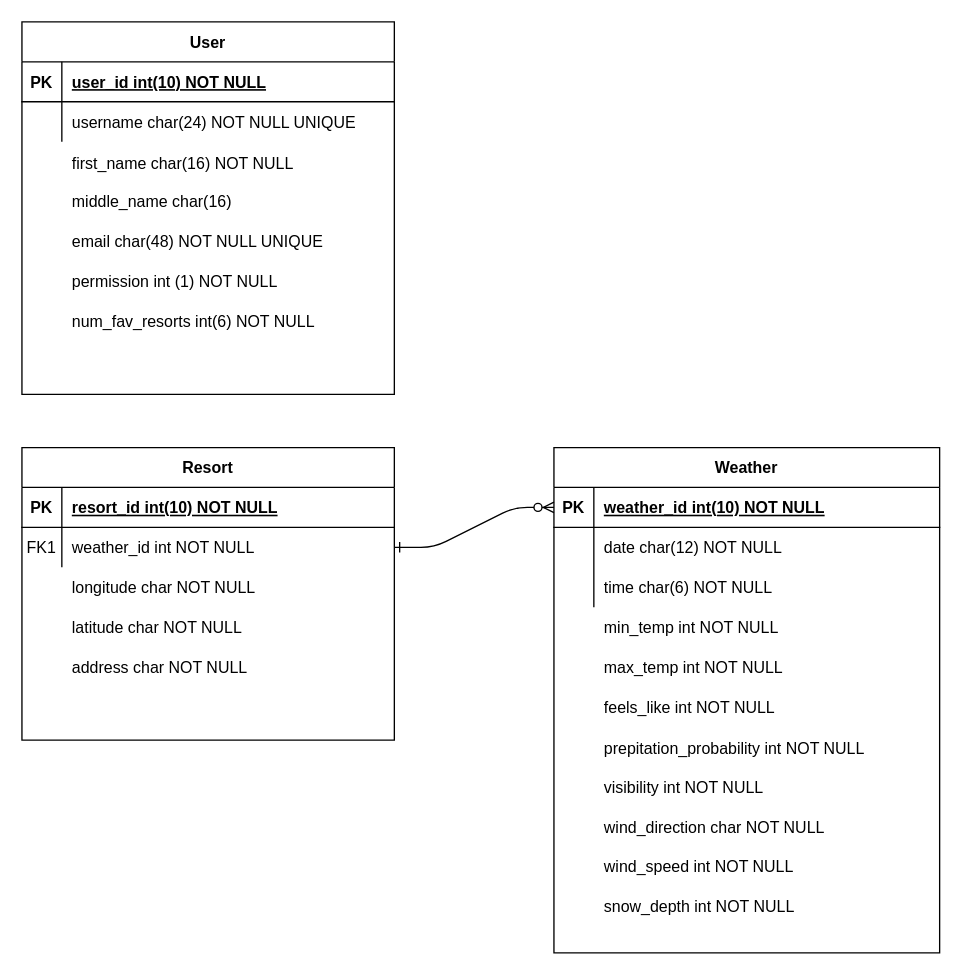
DARAEDom/l6s2_industrial_project keeps this draw.io diagram as SQL_ERD.drawio. Above is the earlier version. Source tidied: cells renumbered, new cells numbered last; positions are measured from the earlier drawing's top-left corner, leaving out a move shared by most shapes. Both pictures are drawn from the tidied source at 133%, with x=0, y=0 at pixel (21, 21).
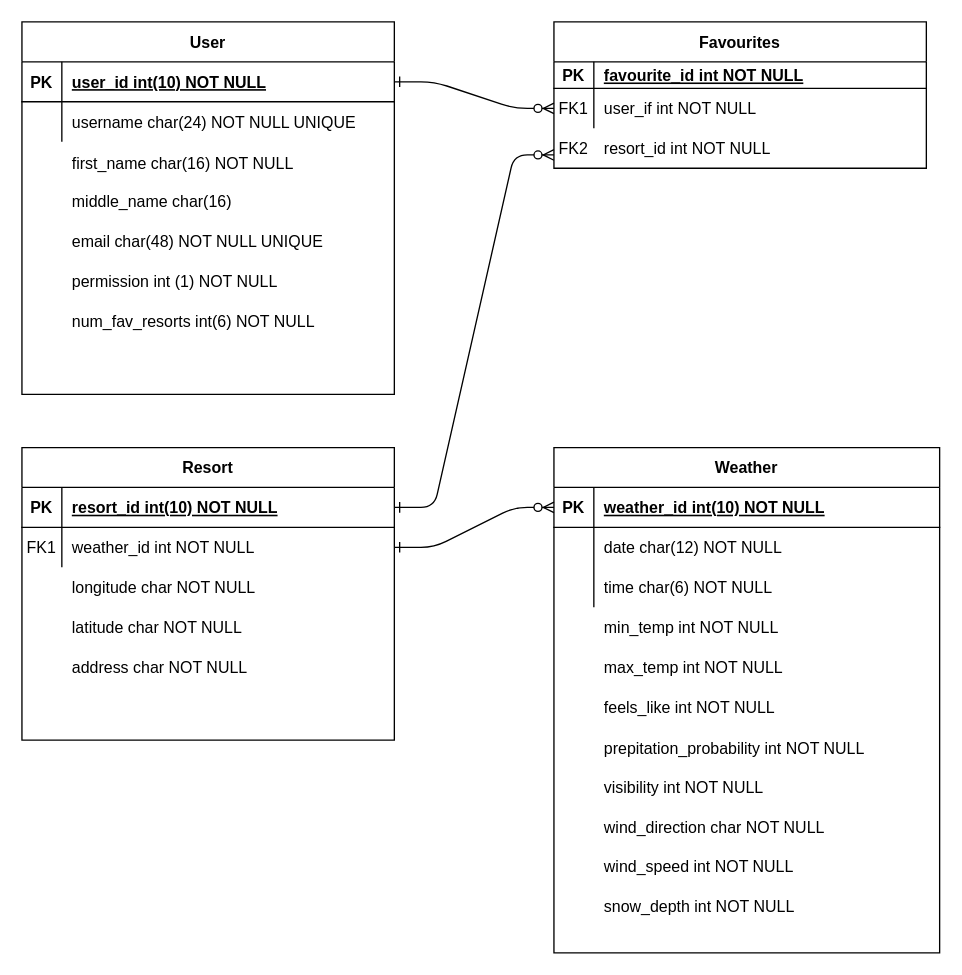
The same page after the edit.

The change refers to these unchanged cells:
```xml
<mxCell id="13" style="shape=partialRectangle;fillColor=none;points=[[0,0.5],[1,0.5]];portConstraint=eastwest;top=0;left=0;right=0;bottom=1;" parent="12" vertex="1">
  <mxGeometry y="30" width="280" height="30" as="geometry" />
</mxCell>
<mxCell id="20" style="shape=partialRectangle;fillColor=none;points=[[0,0.5],[1,0.5]];portConstraint=eastwest;top=0;left=0;right=0;bottom=1;" parent="19" vertex="1">
  <mxGeometry y="30" width="280" height="30" as="geometry" />
</mxCell>
```

The edit, as a diff of the source:
```diff
@@
+    <mxCell id="50" value="Favourites" style="shape=table;startSize=30;childLayout=tableLayout;rowLines=0;fontStyle=1;align=center;" parent="1" vertex="1">
+      <mxGeometry x="400" width="280" height="110" as="geometry" />
+    </mxCell>
+    <mxCell id="51" style="shape=partialRectangle;fillColor=none;top=0;left=0;right=0;bottom=1;" parent="50" vertex="1">
+      <mxGeometry y="30" width="280" height="20" as="geometry" />
+    </mxCell>
+    <mxCell id="52" value="PK" style="shape=partialRectangle;overflow=hidden;fillColor=none;top=0;left=0;bottom=0;right=0;fontStyle=1;" parent="51" vertex="1">
+      <mxGeometry width="30" height="20" as="geometry" />
+    </mxCell>
+    <mxCell id="53" value="favourite_id int NOT NULL" style="shape=partialRectangle;overflow=hidden;fillColor=none;top=0;left=0;bottom=0;right=0;align=left;spacingLeft=6;fontStyle=5;" parent="51" vertex="1">
+      <mxGeometry x="30" width="250" height="20" as="geometry" />
+    </mxCell>
+    <mxCell id="54" style="shape=partialRectangle;fillColor=none;points=[[0,0.5],[1,0.5]];portConstraint=eastwest;top=0;left=0;right=0;bottom=0;" parent="50" vertex="1">
+      <mxGeometry y="50" width="280" height="30" as="geometry" />
+    </mxCell>
+    <mxCell id="55" value="FK1" style="shape=partialRectangle;overflow=hidden;fillColor=none;top=0;left=0;bottom=0;right=0;" parent="54" vertex="1">
+      <mxGeometry width="30" height="30" as="geometry" />
+    </mxCell>
+    <mxCell id="56" value="user_if int NOT NULL" style="shape=partialRectangle;overflow=hidden;fillColor=none;top=0;left=0;bottom=0;right=0;align=left;spacingLeft=6;" parent="54" vertex="1">
+      <mxGeometry x="30" width="250" height="30" as="geometry" />
+    </mxCell>
+    <mxCell id="57" value="resort_id int NOT NULL" style="shape=partialRectangle;overflow=hidden;fillColor=none;top=0;left=0;bottom=0;right=0;align=left;spacingLeft=6;" parent="1" vertex="1">
+      <mxGeometry x="430" y="80" width="250" height="30" as="geometry" />
+    </mxCell>
+    <mxCell id="58" value="FK2" style="shape=partialRectangle;overflow=hidden;fillColor=none;top=0;left=0;bottom=0;right=0;" parent="1" vertex="1">
+      <mxGeometry x="400" y="80" width="30" height="30" as="geometry" />
+    </mxCell>
+    <mxCell id="59" style="edgeStyle=entityRelationEdgeStyle;endArrow=ERzeroToMany;startArrow=ERone;endFill=1;startFill=0;exitX=1;exitY=0.5;exitDx=0;exitDy=0;entryX=0;entryY=0.5;entryDx=0;entryDy=0;" parent="1" edge="1" source="13" target="54">
+      <mxGeometry relative="1" as="geometry" />
+    </mxCell>
+    <mxCell id="60" style="edgeStyle=entityRelationEdgeStyle;endArrow=ERzeroToMany;startArrow=ERone;endFill=1;startFill=0;exitX=1;exitY=0.5;exitDx=0;exitDy=0;" parent="1" edge="1" source="20">
+      <mxGeometry relative="1" as="geometry">
+        <mxPoint x="400" y="100" as="targetPoint" />
+      </mxGeometry>
+    </mxCell>
```
